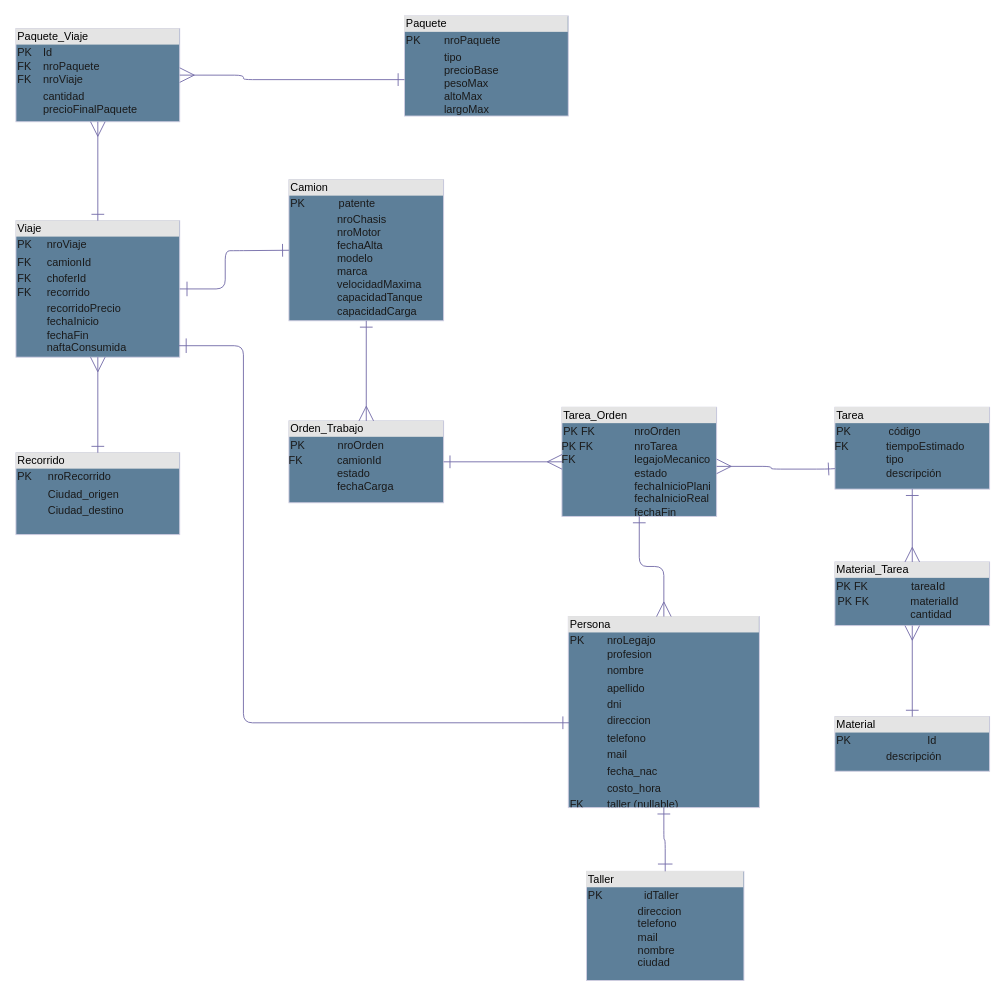
Before: umls/LosGededes-2021-2C.drawio in Franpanozzo/gededes-gdd-sistemas, a draw.io diagram. Source tidied: cells renumbered, new cells numbered last; positions are measured from the earlier drawing's top-left corner, leaving out a move shared by most shapes. Both pictures are drawn from the tidied source at 91%, with x=0, y=0 at pixel (15, 15).
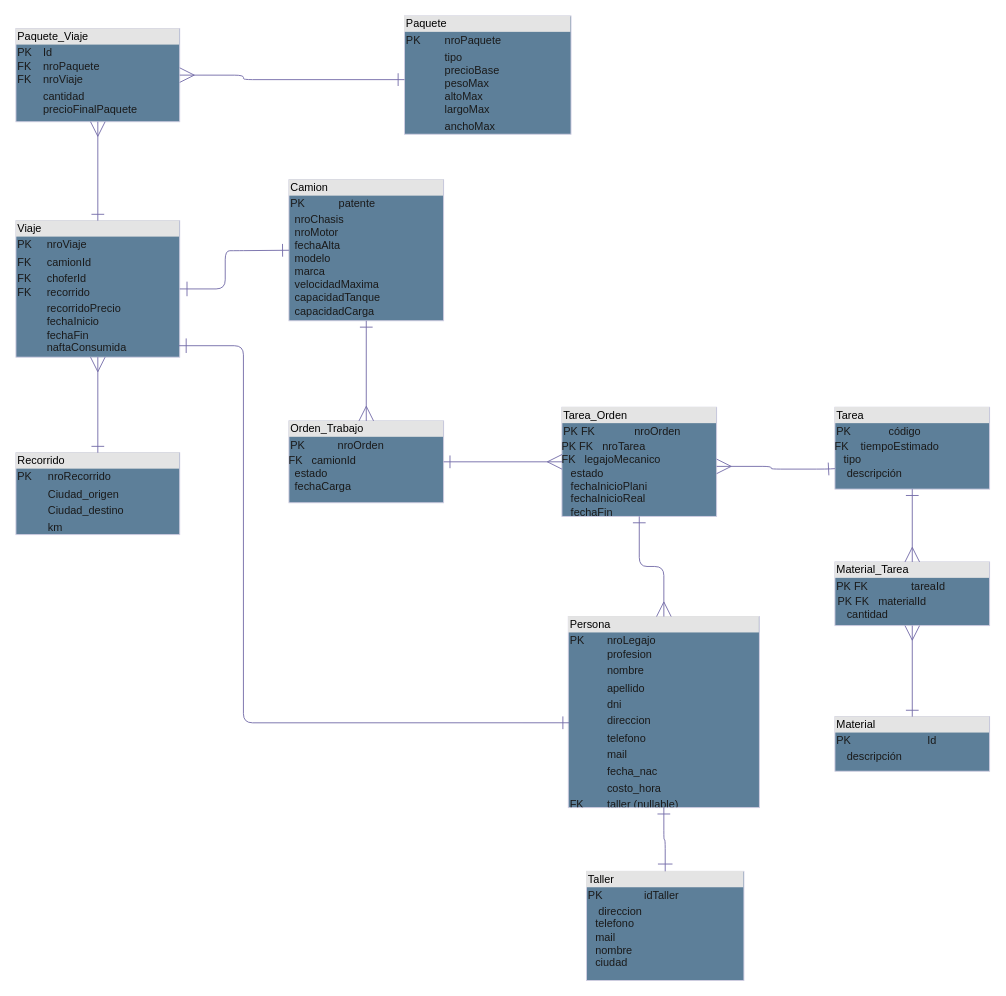
The same diagram, later.

The edit, as a diff of the source:
```diff
@@
-    <mxCell id="3" value="&lt;div style=&quot;box-sizing: border-box ; width: 100% ; background: #e4e4e4 ; padding: 2px&quot;&gt;&lt;font color=&quot;#000000&quot;&gt;Camion&lt;/font&gt;&lt;/div&gt;&lt;table style=&quot;width: 100% ; font-size: 1em&quot; cellpadding=&quot;2&quot; cellspacing=&quot;0&quot;&gt;&lt;tbody&gt;&lt;tr&gt;&lt;td&gt;PK&lt;br&gt;&lt;/td&gt;&lt;td&gt;patente&lt;br&gt;&lt;/td&gt;&lt;/tr&gt;&lt;/tbody&gt;&lt;/table&gt;&lt;span style=&quot;white-space: pre&quot;&gt;&#9;&lt;/span&gt;&lt;span style=&quot;white-space: pre&quot;&gt;&#9;&lt;/span&gt;nroChasis&lt;br&gt;&lt;span style=&quot;white-space: pre&quot;&gt;&#9;&lt;/span&gt;&lt;span style=&quot;white-space: pre&quot;&gt;&#9;&lt;/span&gt;nroMotor&lt;br&gt;&lt;span style=&quot;white-space: pre&quot;&gt;&#9;&lt;/span&gt;&lt;span style=&quot;white-space: pre&quot;&gt;&#9;&lt;/span&gt;fechaAlta&lt;br&gt;&lt;span style=&quot;white-space: pre&quot;&gt;&#9;&lt;/span&gt;&lt;span style=&quot;white-space: pre&quot;&gt;&#9;&lt;/span&gt;modelo&lt;br&gt;&lt;span style=&quot;white-space: pre&quot;&gt;&#9;&lt;span style=&quot;white-space: pre&quot;&gt;&#9;&lt;/span&gt;&lt;/span&gt;marca&lt;br&gt;&lt;span style=&quot;white-space: pre&quot;&gt;&#9;&lt;/span&gt;&lt;span style=&quot;white-space: pre&quot;&gt;&#9;&lt;/span&gt;velocidadMaxima&lt;br&gt;&lt;span style=&quot;white-space: pre&quot;&gt;&#9;&lt;/span&gt;&lt;span style=&quot;white-space: pre&quot;&gt;&#9;&lt;/span&gt;capacidadTanque&lt;br&gt;&lt;span style=&quot;white-space: pre&quot;&gt;&#9;&lt;/span&gt;&lt;span style=&quot;white-space: pre&quot;&gt;&#9;&lt;/span&gt;capacidadCarga&lt;br&gt;&lt;br&gt;" style="verticalAlign=top;align=left;overflow=fill;html=1;fillColor=#5D7F99;strokeColor=#D0CEE2;fontColor=#1A1A1A;" parent="1" vertex="1">
+    <mxCell id="3" value="&lt;div style=&quot;box-sizing: border-box ; width: 100% ; background: #e4e4e4 ; padding: 2px&quot;&gt;&lt;font color=&quot;#000000&quot;&gt;Camion&lt;/font&gt;&lt;/div&gt;&lt;table style=&quot;width: 100% ; font-size: 1em&quot; cellpadding=&quot;2&quot; cellspacing=&quot;0&quot;&gt;&lt;tbody&gt;&lt;tr&gt;&lt;td&gt;PK&lt;br&gt;&lt;/td&gt;&lt;td&gt;patente&lt;br&gt;&lt;/td&gt;&lt;/tr&gt;&lt;/tbody&gt;&lt;/table&gt;&lt;span style=&quot;white-space: pre&quot;&gt; &lt;/span&gt;&lt;span style=&quot;white-space: pre&quot;&gt; &lt;/span&gt;nroChasis&lt;br&gt;&lt;span style=&quot;white-space: pre&quot;&gt; &lt;/span&gt;&lt;span style=&quot;white-space: pre&quot;&gt; &lt;/span&gt;nroMotor&lt;br&gt;&lt;span style=&quot;white-space: pre&quot;&gt; &lt;/span&gt;&lt;span style=&quot;white-space: pre&quot;&gt; &lt;/span&gt;fechaAlta&lt;br&gt;&lt;span style=&quot;white-space: pre&quot;&gt; &lt;/span&gt;&lt;span style=&quot;white-space: pre&quot;&gt; &lt;/span&gt;modelo&lt;br&gt;&lt;span style=&quot;white-space: pre&quot;&gt; &lt;span style=&quot;white-space: pre&quot;&gt; &lt;/span&gt;&lt;/span&gt;marca&lt;br&gt;&lt;span style=&quot;white-space: pre&quot;&gt; &lt;/span&gt;&lt;span style=&quot;white-space: pre&quot;&gt; &lt;/span&gt;velocidadMaxima&lt;br&gt;&lt;span style=&quot;white-space: pre&quot;&gt; &lt;/span&gt;&lt;span style=&quot;white-space: pre&quot;&gt; &lt;/span&gt;capacidadTanque&lt;br&gt;&lt;span style=&quot;white-space: pre&quot;&gt; &lt;/span&gt;&lt;span style=&quot;white-space: pre&quot;&gt; &lt;/span&gt;capacidadCarga&lt;br&gt;&lt;br&gt;" style="verticalAlign=top;align=left;overflow=fill;html=1;fillColor=#5D7F99;strokeColor=#D0CEE2;fontColor=#1A1A1A;" parent="1" vertex="1">
       <mxGeometry x="300" y="180" width="170" height="155" as="geometry" />
     </mxCell>
-    <mxCell id="4" value="&lt;div style=&quot;box-sizing: border-box ; width: 100% ; background: #e4e4e4 ; padding: 2px&quot;&gt;&lt;font color=&quot;#000000&quot;&gt;Paquete&lt;/font&gt;&lt;/div&gt;&lt;table style=&quot;width: 100% ; font-size: 1em&quot; cellpadding=&quot;2&quot; cellspacing=&quot;0&quot;&gt;&lt;tbody&gt;&lt;tr&gt;&lt;td&gt;PK&lt;/td&gt;&lt;td&gt;nroPaquete&lt;/td&gt;&lt;/tr&gt;&lt;tr&gt;&lt;td&gt;&lt;br&gt;&lt;/td&gt;&lt;td&gt;tipo&lt;br&gt;precioBase&lt;br&gt;pesoMax&lt;br&gt;altoMax&lt;br&gt;largoMax&lt;/td&gt;&lt;/tr&gt;&lt;tr&gt;&lt;td&gt;&lt;/td&gt;&lt;td&gt;&lt;br&gt;&lt;/td&gt;&lt;/tr&gt;&lt;/tbody&gt;&lt;/table&gt;" style="verticalAlign=top;align=left;overflow=fill;html=1;fillColor=#5D7F99;strokeColor=#D0CEE2;fontColor=#1A1A1A;" parent="1" vertex="1">
-      <mxGeometry x="427" width="180" height="110" as="geometry" />
+    <mxCell id="4" value="&lt;div style=&quot;box-sizing: border-box ; width: 100% ; background: #e4e4e4 ; padding: 2px&quot;&gt;&lt;font color=&quot;#000000&quot;&gt;Paquete&lt;/font&gt;&lt;/div&gt;&lt;table style=&quot;width: 100% ; font-size: 1em&quot; cellpadding=&quot;2&quot; cellspacing=&quot;0&quot;&gt;&lt;tbody&gt;&lt;tr&gt;&lt;td&gt;PK&lt;/td&gt;&lt;td&gt;nroPaquete&lt;/td&gt;&lt;/tr&gt;&lt;tr&gt;&lt;td&gt;&lt;br&gt;&lt;/td&gt;&lt;td&gt;tipo&lt;br&gt;precioBase&lt;br&gt;pesoMax&lt;br&gt;altoMax&lt;br&gt;largoMax&lt;/td&gt;&lt;/tr&gt;&lt;tr&gt;&lt;td&gt;&lt;br&gt;&lt;/td&gt;&lt;td&gt;anchoMax&lt;/td&gt;&lt;/tr&gt;&lt;tr&gt;&lt;td&gt;&lt;/td&gt;&lt;td&gt;&lt;br&gt;&lt;/td&gt;&lt;/tr&gt;&lt;/tbody&gt;&lt;/table&gt;" style="verticalAlign=top;align=left;overflow=fill;html=1;fillColor=#5D7F99;strokeColor=#D0CEE2;fontColor=#1A1A1A;" parent="1" vertex="1">
+      <mxGeometry x="427" width="183" height="130" as="geometry" />
     </mxCell>
@@
-    <mxCell id="6" value="&lt;div style=&quot;box-sizing: border-box ; width: 100% ; background: #e4e4e4 ; padding: 2px&quot;&gt;&lt;font color=&quot;#000000&quot;&gt;Recorrido&amp;nbsp;&lt;/font&gt;&lt;/div&gt;&lt;table style=&quot;width: 100% ; font-size: 1em&quot; cellpadding=&quot;2&quot; cellspacing=&quot;0&quot;&gt;&lt;tbody&gt;&lt;tr&gt;&lt;td&gt;PK&lt;/td&gt;&lt;td&gt;nroRecorrido&lt;/td&gt;&lt;/tr&gt;&lt;tr&gt;&lt;td&gt;&lt;br&gt;&lt;/td&gt;&lt;td&gt;Ciudad_origen&lt;/td&gt;&lt;/tr&gt;&lt;tr&gt;&lt;td&gt;&lt;/td&gt;&lt;td&gt;Ciudad_destino&lt;/td&gt;&lt;/tr&gt;&lt;/tbody&gt;&lt;/table&gt;" style="verticalAlign=top;align=left;overflow=fill;html=1;fillColor=#5D7F99;strokeColor=#D0CEE2;fontColor=#1A1A1A;" parent="1" vertex="1">
+    <mxCell id="6" value="&lt;div style=&quot;box-sizing: border-box ; width: 100% ; background: #e4e4e4 ; padding: 2px&quot;&gt;&lt;font color=&quot;#000000&quot;&gt;Recorrido&amp;nbsp;&lt;/font&gt;&lt;/div&gt;&lt;table style=&quot;width: 100% ; font-size: 1em&quot; cellpadding=&quot;2&quot; cellspacing=&quot;0&quot;&gt;&lt;tbody&gt;&lt;tr&gt;&lt;td&gt;PK&lt;/td&gt;&lt;td&gt;nroRecorrido&lt;/td&gt;&lt;/tr&gt;&lt;tr&gt;&lt;td&gt;&lt;br&gt;&lt;/td&gt;&lt;td&gt;Ciudad_origen&lt;/td&gt;&lt;/tr&gt;&lt;tr&gt;&lt;td&gt;&lt;/td&gt;&lt;td&gt;Ciudad_destino&lt;/td&gt;&lt;/tr&gt;&lt;tr&gt;&lt;td&gt;&lt;br&gt;&lt;/td&gt;&lt;td&gt;km&lt;/td&gt;&lt;/tr&gt;&lt;/tbody&gt;&lt;/table&gt;" style="verticalAlign=top;align=left;overflow=fill;html=1;fillColor=#5D7F99;strokeColor=#D0CEE2;fontColor=#1A1A1A;" parent="1" vertex="1">
       <mxGeometry y="480" width="180" height="90" as="geometry" />
     </mxCell>
@@
-    <mxCell id="10" value="&lt;div style=&quot;box-sizing: border-box ; width: 100% ; background: #e4e4e4 ; padding: 2px&quot;&gt;&lt;font color=&quot;#000000&quot;&gt;Orden_Trabajo&lt;/font&gt;&lt;/div&gt;&lt;table style=&quot;width: 100% ; font-size: 1em&quot; cellpadding=&quot;2&quot; cellspacing=&quot;0&quot;&gt;&lt;tbody&gt;&lt;tr&gt;&lt;td&gt;PK&lt;br&gt;&lt;/td&gt;&lt;td&gt;&amp;nbsp; &amp;nbsp; nroOrden&lt;br&gt;&lt;/td&gt;&lt;/tr&gt;&lt;/tbody&gt;&lt;/table&gt;FK &lt;span style=&quot;white-space: pre&quot;&gt;&#9;&lt;/span&gt;&lt;span style=&quot;white-space: pre&quot;&gt;&#9;&lt;/span&gt;camionId&lt;br&gt;&lt;span&gt;&#9;&lt;/span&gt;&lt;span&gt;&#9;&lt;/span&gt;&lt;span style=&quot;white-space: pre&quot;&gt;&#9;&lt;/span&gt;&lt;span style=&quot;white-space: pre&quot;&gt;&#9;&lt;/span&gt;estado&lt;br&gt;&lt;span style=&quot;white-space: pre&quot;&gt;&#9;&lt;/span&gt;&lt;span style=&quot;white-space: pre&quot;&gt;&#9;&lt;/span&gt;fechaCarga" style="verticalAlign=top;align=left;overflow=fill;html=1;fillColor=#5D7F99;strokeColor=#D0CEE2;fontColor=#1A1A1A;" parent="1" vertex="1">
+    <mxCell id="10" value="&lt;div style=&quot;box-sizing: border-box ; width: 100% ; background: #e4e4e4 ; padding: 2px&quot;&gt;&lt;font color=&quot;#000000&quot;&gt;Orden_Trabajo&lt;/font&gt;&lt;/div&gt;&lt;table style=&quot;width: 100% ; font-size: 1em&quot; cellpadding=&quot;2&quot; cellspacing=&quot;0&quot;&gt;&lt;tbody&gt;&lt;tr&gt;&lt;td&gt;PK&lt;br&gt;&lt;/td&gt;&lt;td&gt;&amp;nbsp; &amp;nbsp; nroOrden&lt;br&gt;&lt;/td&gt;&lt;/tr&gt;&lt;/tbody&gt;&lt;/table&gt;FK &lt;span style=&quot;white-space: pre&quot;&gt; &lt;/span&gt;&lt;span style=&quot;white-space: pre&quot;&gt; &lt;/span&gt;camionId&lt;br&gt;&lt;span&gt; &lt;/span&gt;&lt;span&gt; &lt;/span&gt;&lt;span style=&quot;white-space: pre&quot;&gt; &lt;/span&gt;&lt;span style=&quot;white-space: pre&quot;&gt; &lt;/span&gt;estado&lt;br&gt;&lt;span style=&quot;white-space: pre&quot;&gt; &lt;/span&gt;&lt;span style=&quot;white-space: pre&quot;&gt; &lt;/span&gt;fechaCarga" style="verticalAlign=top;align=left;overflow=fill;html=1;fillColor=#5D7F99;strokeColor=#D0CEE2;fontColor=#1A1A1A;" parent="1" vertex="1">
       <mxGeometry x="300" y="445" width="170" height="90" as="geometry" />
     </mxCell>
-    <mxCell id="11" value="&lt;div style=&quot;box-sizing: border-box ; width: 100% ; background: #e4e4e4 ; padding: 2px&quot;&gt;&lt;font color=&quot;#000000&quot;&gt;Tarea_Orden&lt;/font&gt;&lt;/div&gt;&lt;table style=&quot;width: 100% ; font-size: 1em&quot; cellpadding=&quot;2&quot; cellspacing=&quot;0&quot;&gt;&lt;tbody&gt;&lt;tr&gt;&lt;td&gt;PK FK&lt;br&gt;&lt;/td&gt;&lt;td&gt;&amp;nbsp; &amp;nbsp; &amp;nbsp; nroOrden&lt;br&gt;&lt;/td&gt;&lt;/tr&gt;&lt;/tbody&gt;&lt;/table&gt;PK FK &lt;span style=&quot;white-space: pre&quot;&gt;&#9;&lt;/span&gt;&lt;span style=&quot;white-space: pre&quot;&gt;&#9;&lt;/span&gt;nroTarea&lt;br&gt;FK&lt;span style=&quot;white-space: pre&quot;&gt;&#9;&lt;/span&gt;&lt;span style=&quot;white-space: pre&quot;&gt;&#9;&lt;/span&gt;&lt;span style=&quot;white-space: pre&quot;&gt;&#9;&lt;/span&gt;legajoMecanico&lt;br&gt;&lt;span&gt;&#9;&lt;/span&gt;&lt;span&gt;&#9;&lt;/span&gt;&lt;span style=&quot;white-space: pre&quot;&gt;&#9;&lt;/span&gt;&lt;span style=&quot;white-space: pre&quot;&gt;&#9;&lt;span style=&quot;white-space: pre&quot;&gt;&#9;&lt;/span&gt;&lt;/span&gt;estado&lt;br&gt;&lt;span style=&quot;white-space: pre&quot;&gt;&#9;&lt;/span&gt;&lt;span style=&quot;white-space: pre&quot;&gt;&#9;&lt;span style=&quot;white-space: pre&quot;&gt;&#9;&lt;/span&gt;&lt;/span&gt;fechaInicioPlani&lt;br&gt;&lt;span style=&quot;white-space: pre&quot;&gt;&#9;&lt;/span&gt;&lt;span style=&quot;white-space: pre&quot;&gt;&#9;&lt;/span&gt;&lt;span style=&quot;white-space: pre&quot;&gt;&#9;&lt;/span&gt;fechaInicioReal&lt;br&gt;&lt;span style=&quot;white-space: pre&quot;&gt;&#9;&lt;/span&gt;&lt;span style=&quot;white-space: pre&quot;&gt;&#9;&lt;/span&gt;&lt;span style=&quot;white-space: pre&quot;&gt;&#9;&lt;/span&gt;fechaFin" style="verticalAlign=top;align=left;overflow=fill;html=1;fillColor=#5D7F99;strokeColor=#D0CEE2;fontColor=#1A1A1A;" parent="1" vertex="1">
+    <mxCell id="11" value="&lt;div style=&quot;box-sizing: border-box ; width: 100% ; background: #e4e4e4 ; padding: 2px&quot;&gt;&lt;font color=&quot;#000000&quot;&gt;Tarea_Orden&lt;/font&gt;&lt;/div&gt;&lt;table style=&quot;width: 100% ; font-size: 1em&quot; cellpadding=&quot;2&quot; cellspacing=&quot;0&quot;&gt;&lt;tbody&gt;&lt;tr&gt;&lt;td&gt;PK FK&lt;br&gt;&lt;/td&gt;&lt;td&gt;&amp;nbsp; &amp;nbsp; &amp;nbsp; nroOrden&lt;br&gt;&lt;/td&gt;&lt;/tr&gt;&lt;/tbody&gt;&lt;/table&gt;PK FK &lt;span style=&quot;white-space: pre&quot;&gt; &lt;/span&gt;&lt;span style=&quot;white-space: pre&quot;&gt; &lt;/span&gt;nroTarea&lt;br&gt;FK&lt;span style=&quot;white-space: pre&quot;&gt; &lt;/span&gt;&lt;span style=&quot;white-space: pre&quot;&gt; &lt;/span&gt;&lt;span style=&quot;white-space: pre&quot;&gt; &lt;/span&gt;legajoMecanico&lt;br&gt;&lt;span&gt; &lt;/span&gt;&lt;span&gt; &lt;/span&gt;&lt;span style=&quot;white-space: pre&quot;&gt; &lt;/span&gt;&lt;span style=&quot;white-space: pre&quot;&gt; &lt;span style=&quot;white-space: pre&quot;&gt; &lt;/span&gt;&lt;/span&gt;estado&lt;br&gt;&lt;span style=&quot;white-space: pre&quot;&gt; &lt;/span&gt;&lt;span style=&quot;white-space: pre&quot;&gt; &lt;span style=&quot;white-space: pre&quot;&gt; &lt;/span&gt;&lt;/span&gt;fechaInicioPlani&lt;br&gt;&lt;span style=&quot;white-space: pre&quot;&gt; &lt;/span&gt;&lt;span style=&quot;white-space: pre&quot;&gt; &lt;/span&gt;&lt;span style=&quot;white-space: pre&quot;&gt; &lt;/span&gt;fechaInicioReal&lt;br&gt;&lt;span style=&quot;white-space: pre&quot;&gt; &lt;/span&gt;&lt;span style=&quot;white-space: pre&quot;&gt; &lt;/span&gt;&lt;span style=&quot;white-space: pre&quot;&gt; &lt;/span&gt;fechaFin" style="verticalAlign=top;align=left;overflow=fill;html=1;fillColor=#5D7F99;strokeColor=#D0CEE2;fontColor=#1A1A1A;" parent="1" vertex="1">
       <mxGeometry x="600" y="430" width="170" height="120" as="geometry" />
     </mxCell>
-    <mxCell id="12" value="&lt;div style=&quot;box-sizing: border-box ; width: 100% ; background: #e4e4e4 ; padding: 2px&quot;&gt;&lt;font color=&quot;#000000&quot;&gt;Tarea&lt;/font&gt;&lt;/div&gt;&lt;table style=&quot;width: 100% ; font-size: 1em&quot; cellpadding=&quot;2&quot; cellspacing=&quot;0&quot;&gt;&lt;tbody&gt;&lt;tr&gt;&lt;td&gt;PK&lt;br&gt;&lt;/td&gt;&lt;td&gt;código&lt;br&gt;&lt;/td&gt;&lt;/tr&gt;&lt;/tbody&gt;&lt;/table&gt;FK &lt;span style=&quot;white-space: pre&quot;&gt;&#9;&lt;/span&gt;&lt;span style=&quot;white-space: pre&quot;&gt;&#9;&lt;/span&gt;&amp;nbsp;tiempoEstimado&lt;br&gt;&lt;span&gt;&#9;&lt;/span&gt;&lt;span&gt;&#9;&lt;/span&gt;&lt;span style=&quot;white-space: pre&quot;&gt;&#9;&lt;/span&gt;&lt;span style=&quot;white-space: pre&quot;&gt;&#9;&lt;/span&gt;&amp;nbsp;tipo&lt;br&gt;&lt;span style=&quot;white-space: pre&quot;&gt;&#9;&lt;/span&gt;&amp;nbsp;&lt;span style=&quot;white-space: pre&quot;&gt;&#9;&lt;/span&gt;&amp;nbsp;descripción" style="verticalAlign=top;align=left;overflow=fill;html=1;fillColor=#5D7F99;strokeColor=#D0CEE2;fontColor=#1A1A1A;" parent="1" vertex="1">
+    <mxCell id="12" value="&lt;div style=&quot;box-sizing: border-box ; width: 100% ; background: #e4e4e4 ; padding: 2px&quot;&gt;&lt;font color=&quot;#000000&quot;&gt;Tarea&lt;/font&gt;&lt;/div&gt;&lt;table style=&quot;width: 100% ; font-size: 1em&quot; cellpadding=&quot;2&quot; cellspacing=&quot;0&quot;&gt;&lt;tbody&gt;&lt;tr&gt;&lt;td&gt;PK&lt;br&gt;&lt;/td&gt;&lt;td&gt;código&lt;br&gt;&lt;/td&gt;&lt;/tr&gt;&lt;/tbody&gt;&lt;/table&gt;FK &lt;span style=&quot;white-space: pre&quot;&gt; &lt;/span&gt;&lt;span style=&quot;white-space: pre&quot;&gt; &lt;/span&gt;&amp;nbsp;tiempoEstimado&lt;br&gt;&lt;span&gt; &lt;/span&gt;&lt;span&gt; &lt;/span&gt;&lt;span style=&quot;white-space: pre&quot;&gt; &lt;/span&gt;&lt;span style=&quot;white-space: pre&quot;&gt; &lt;/span&gt;&amp;nbsp;tipo&lt;br&gt;&lt;span style=&quot;white-space: pre&quot;&gt; &lt;/span&gt;&amp;nbsp;&lt;span style=&quot;white-space: pre&quot;&gt; &lt;/span&gt;&amp;nbsp;descripción" style="verticalAlign=top;align=left;overflow=fill;html=1;fillColor=#5D7F99;strokeColor=#D0CEE2;fontColor=#1A1A1A;" parent="1" vertex="1">
       <mxGeometry x="900" y="430" width="170" height="90" as="geometry" />
     </mxCell>
-    <mxCell id="13" value="&lt;div style=&quot;box-sizing: border-box ; width: 100% ; background: #e4e4e4 ; padding: 2px&quot;&gt;&lt;font color=&quot;#000000&quot;&gt;Material&lt;/font&gt;&lt;/div&gt;&lt;table style=&quot;width: 100% ; font-size: 1em&quot; cellpadding=&quot;2&quot; cellspacing=&quot;0&quot;&gt;&lt;tbody&gt;&lt;tr&gt;&lt;td&gt;PK&lt;br&gt;&lt;/td&gt;&lt;td&gt;Id&lt;br&gt;&lt;/td&gt;&lt;/tr&gt;&lt;/tbody&gt;&lt;/table&gt;&amp;nbsp;&lt;span style=&quot;white-space: pre&quot;&gt;&#9;&lt;/span&gt;&lt;span style=&quot;white-space: pre&quot;&gt;&#9;&lt;/span&gt;&amp;nbsp;descripción" style="verticalAlign=top;align=left;overflow=fill;html=1;fillColor=#5D7F99;strokeColor=#D0CEE2;fontColor=#1A1A1A;" parent="1" vertex="1">
+    <mxCell id="13" value="&lt;div style=&quot;box-sizing: border-box ; width: 100% ; background: #e4e4e4 ; padding: 2px&quot;&gt;&lt;font color=&quot;#000000&quot;&gt;Material&lt;/font&gt;&lt;/div&gt;&lt;table style=&quot;width: 100% ; font-size: 1em&quot; cellpadding=&quot;2&quot; cellspacing=&quot;0&quot;&gt;&lt;tbody&gt;&lt;tr&gt;&lt;td&gt;PK&lt;br&gt;&lt;/td&gt;&lt;td&gt;Id&lt;br&gt;&lt;/td&gt;&lt;/tr&gt;&lt;/tbody&gt;&lt;/table&gt;&amp;nbsp;&lt;span style=&quot;white-space: pre&quot;&gt; &lt;/span&gt;&lt;span style=&quot;white-space: pre&quot;&gt; &lt;/span&gt;&amp;nbsp;descripción" style="verticalAlign=top;align=left;overflow=fill;html=1;fillColor=#5D7F99;strokeColor=#D0CEE2;fontColor=#1A1A1A;" parent="1" vertex="1">
       <mxGeometry x="900" y="770" width="170" height="60" as="geometry" />
     </mxCell>
@@
-    <mxCell id="15" value="&lt;div style=&quot;box-sizing: border-box ; width: 100% ; background: #e4e4e4 ; padding: 2px&quot;&gt;&lt;font color=&quot;#000000&quot;&gt;Material_Tarea&lt;/font&gt;&lt;/div&gt;&lt;table style=&quot;width: 100% ; font-size: 1em&quot; cellpadding=&quot;2&quot; cellspacing=&quot;0&quot;&gt;&lt;tbody&gt;&lt;tr&gt;&lt;td&gt;PK FK&lt;br&gt;&lt;/td&gt;&lt;td&gt;tareaId&lt;/td&gt;&lt;/tr&gt;&lt;/tbody&gt;&lt;/table&gt;&amp;nbsp;PK FK&lt;span style=&quot;white-space: pre&quot;&gt;&#9;&lt;/span&gt;&lt;span style=&quot;white-space: pre&quot;&gt;&#9;&lt;/span&gt;&amp;nbsp;materialId&lt;br&gt;&lt;span style=&quot;white-space: pre&quot;&gt;&#9;&lt;/span&gt;&lt;span style=&quot;white-space: pre&quot;&gt;&#9;&lt;/span&gt;&lt;span style=&quot;white-space: pre&quot;&gt;&#9;&lt;/span&gt;&amp;nbsp;cantidad" style="verticalAlign=top;align=left;overflow=fill;html=1;fillColor=#5D7F99;strokeColor=#D0CEE2;fontColor=#1A1A1A;" parent="1" vertex="1">
+    <mxCell id="15" value="&lt;div style=&quot;box-sizing: border-box ; width: 100% ; background: #e4e4e4 ; padding: 2px&quot;&gt;&lt;font color=&quot;#000000&quot;&gt;Material_Tarea&lt;/font&gt;&lt;/div&gt;&lt;table style=&quot;width: 100% ; font-size: 1em&quot; cellpadding=&quot;2&quot; cellspacing=&quot;0&quot;&gt;&lt;tbody&gt;&lt;tr&gt;&lt;td&gt;PK FK&lt;br&gt;&lt;/td&gt;&lt;td&gt;tareaId&lt;/td&gt;&lt;/tr&gt;&lt;/tbody&gt;&lt;/table&gt;&amp;nbsp;PK FK&lt;span style=&quot;white-space: pre&quot;&gt; &lt;/span&gt;&lt;span style=&quot;white-space: pre&quot;&gt; &lt;/span&gt;&amp;nbsp;materialId&lt;br&gt;&lt;span style=&quot;white-space: pre&quot;&gt; &lt;/span&gt;&lt;span style=&quot;white-space: pre&quot;&gt; &lt;/span&gt;&lt;span style=&quot;white-space: pre&quot;&gt; &lt;/span&gt;&amp;nbsp;cantidad" style="verticalAlign=top;align=left;overflow=fill;html=1;fillColor=#5D7F99;strokeColor=#D0CEE2;fontColor=#1A1A1A;" parent="1" vertex="1">
       <mxGeometry x="900" y="600" width="170" height="70" as="geometry" />
     </mxCell>
@@
-    <mxCell id="23" value="&lt;div style=&quot;box-sizing: border-box ; width: 100% ; background: #e4e4e4 ; padding: 2px&quot;&gt;&lt;font color=&quot;#000000&quot;&gt;Taller&lt;/font&gt;&lt;/div&gt;&lt;table style=&quot;width: 100% ; font-size: 1em&quot; cellpadding=&quot;2&quot; cellspacing=&quot;0&quot;&gt;&lt;tbody&gt;&lt;tr&gt;&lt;td&gt;PK&amp;nbsp;&lt;br&gt;&lt;/td&gt;&lt;td&gt;idTaller&lt;/td&gt;&lt;/tr&gt;&lt;/tbody&gt;&lt;/table&gt;&amp;nbsp;&lt;span style=&quot;white-space: pre&quot;&gt;&#9;&lt;/span&gt;&lt;span style=&quot;white-space: pre&quot;&gt;&#9;&lt;/span&gt;&amp;nbsp;direccion&lt;br&gt;&lt;span style=&quot;white-space: pre&quot;&gt;&#9;&lt;/span&gt;&lt;span style=&quot;white-space: pre&quot;&gt;&#9;&lt;/span&gt;&amp;nbsp;telefono&lt;br&gt;&lt;span style=&quot;white-space: pre&quot;&gt;&#9;&lt;/span&gt;&lt;span style=&quot;white-space: pre&quot;&gt;&#9;&lt;/span&gt;&amp;nbsp;mail&lt;br&gt;&lt;span style=&quot;white-space: pre&quot;&gt;&#9;&lt;/span&gt;&lt;span style=&quot;white-space: pre&quot;&gt;&#9;&lt;/span&gt;&amp;nbsp;nombre&lt;br&gt;&lt;span style=&quot;white-space: pre&quot;&gt;&#9;&lt;/span&gt;&lt;span style=&quot;white-space: pre&quot;&gt;&#9;&lt;/span&gt;&amp;nbsp;ciudad" style="verticalAlign=top;align=left;overflow=fill;html=1;fillColor=#5D7F99;strokeColor=#D0CEE2;fontColor=#1A1A1A;" parent="1" vertex="1">
+    <mxCell id="23" value="&lt;div style=&quot;box-sizing: border-box ; width: 100% ; background: #e4e4e4 ; padding: 2px&quot;&gt;&lt;font color=&quot;#000000&quot;&gt;Taller&lt;/font&gt;&lt;/div&gt;&lt;table style=&quot;width: 100% ; font-size: 1em&quot; cellpadding=&quot;2&quot; cellspacing=&quot;0&quot;&gt;&lt;tbody&gt;&lt;tr&gt;&lt;td&gt;PK&amp;nbsp;&lt;br&gt;&lt;/td&gt;&lt;td&gt;idTaller&lt;/td&gt;&lt;/tr&gt;&lt;/tbody&gt;&lt;/table&gt;&amp;nbsp;&lt;span style=&quot;white-space: pre&quot;&gt; &lt;/span&gt;&lt;span style=&quot;white-space: pre&quot;&gt; &lt;/span&gt;&amp;nbsp;direccion&lt;br&gt;&lt;span style=&quot;white-space: pre&quot;&gt; &lt;/span&gt;&lt;span style=&quot;white-space: pre&quot;&gt; &lt;/span&gt;&amp;nbsp;telefono&lt;br&gt;&lt;span style=&quot;white-space: pre&quot;&gt; &lt;/span&gt;&lt;span style=&quot;white-space: pre&quot;&gt; &lt;/span&gt;&amp;nbsp;mail&lt;br&gt;&lt;span style=&quot;white-space: pre&quot;&gt; &lt;/span&gt;&lt;span style=&quot;white-space: pre&quot;&gt; &lt;/span&gt;&amp;nbsp;nombre&lt;br&gt;&lt;span style=&quot;white-space: pre&quot;&gt; &lt;/span&gt;&lt;span style=&quot;white-space: pre&quot;&gt; &lt;/span&gt;&amp;nbsp;ciudad" style="verticalAlign=top;align=left;overflow=fill;html=1;fillColor=#5D7F99;strokeColor=#D0CEE2;fontColor=#1A1A1A;" parent="1" vertex="1">
       <mxGeometry x="627" y="940" width="173" height="120" as="geometry" />
     </mxCell>
```
